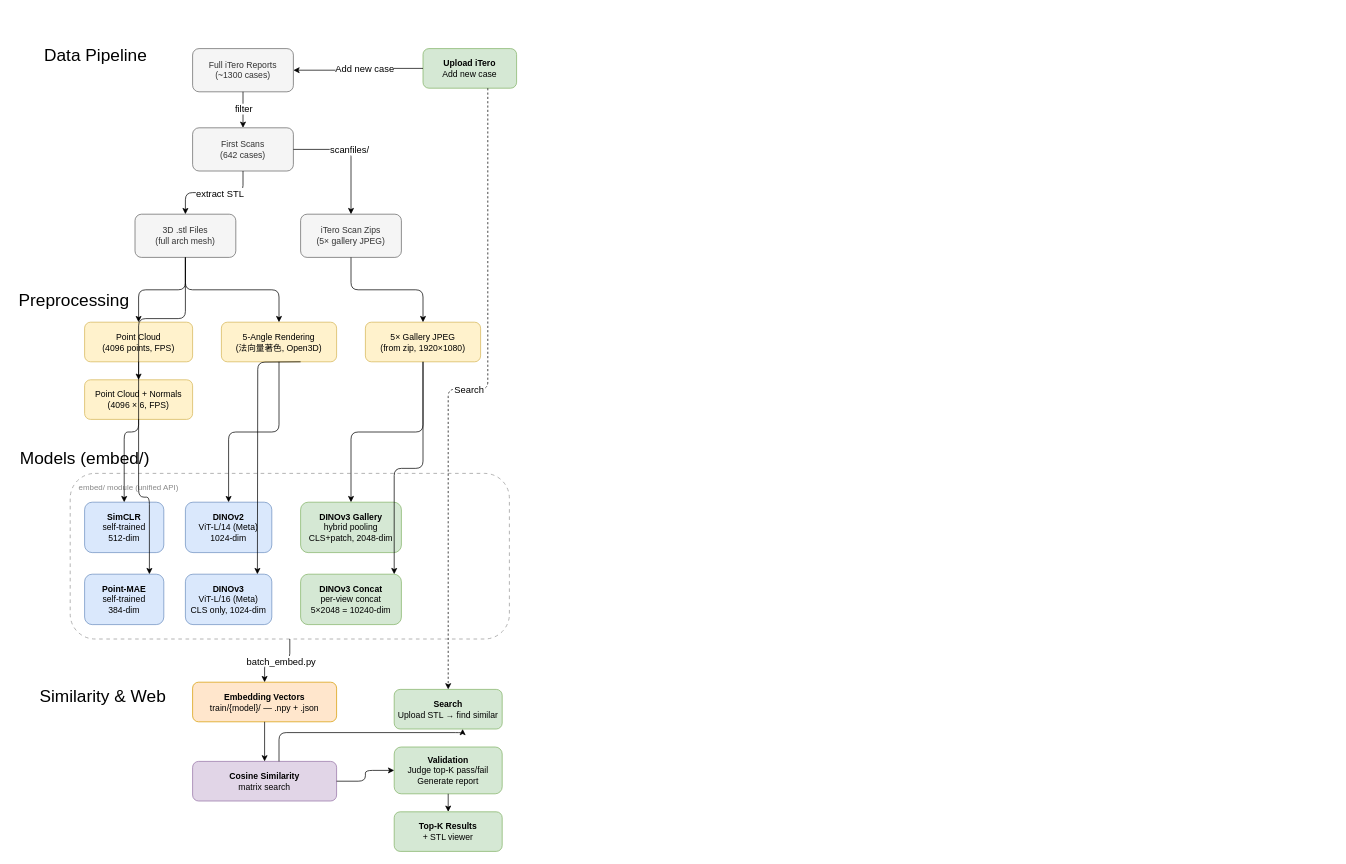
This is newArchitecture.dio from otaiwan1/ytp_oasis, a draw.io file, before an edit. Source tidied: cells renumbered, new cells numbered last; positions are measured from the earlier drawing's top-left corner, leaving out a move shared by most shapes. Both pictures are drawn from the tidied source at 72%, with x=0, y=0 at pixel (12, 41).
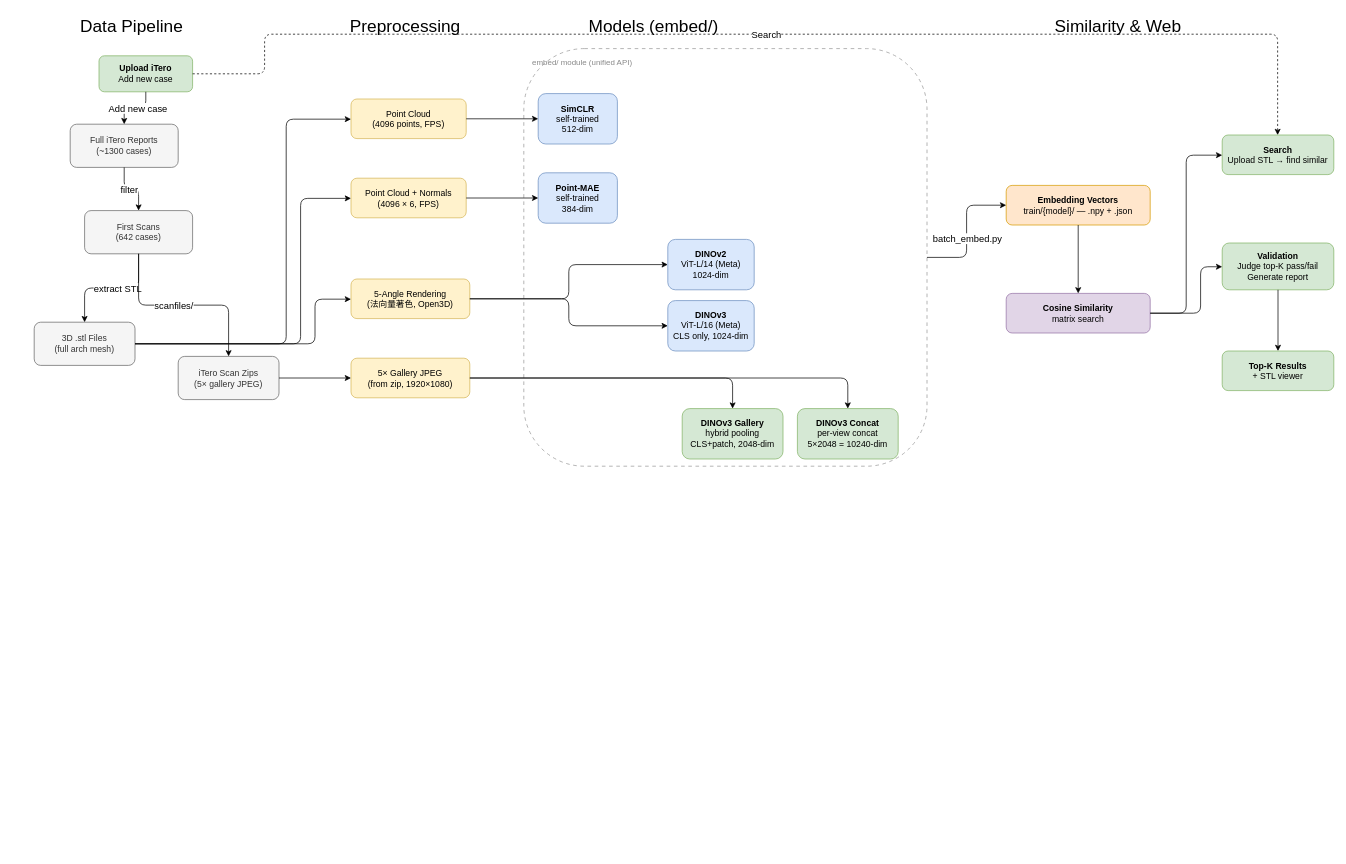
Above is the later version.

Change to the diagram source:
```diff
@@
     <mxCell id="2" value="&lt;font style=&quot;font-size: 24px;&quot;&gt;Data Pipeline&lt;/font&gt;" style="text;html=1;align=center;verticalAlign=middle;strokeColor=none;fillColor=none;" parent="1" vertex="1">
-      <mxGeometry x="30" width="170" height="40" as="geometry" />
+      <mxGeometry x="80" y="-40" width="170" height="40" as="geometry" />
     </mxCell>
     <mxCell id="3" value="&lt;font style=&quot;font-size: 24px;&quot;&gt;Preprocessing&lt;/font&gt;" style="text;html=1;align=center;verticalAlign=middle;strokeColor=none;fillColor=none;" parent="1" vertex="1">
-      <mxGeometry y="340" width="170" height="40" as="geometry" />
+      <mxGeometry x="460" y="-40" width="170" height="40" as="geometry" />
     </mxCell>
     <mxCell id="4" value="&lt;font style=&quot;font-size: 24px;&quot;&gt;Models (embed/)&lt;/font&gt;" style="text;html=1;align=center;verticalAlign=middle;strokeColor=none;fillColor=none;" parent="1" vertex="1">
-      <mxGeometry x="10" y="560" width="180" height="40" as="geometry" />
+      <mxGeometry x="800" y="-40" width="180" height="40" as="geometry" />
     </mxCell>
     <mxCell id="5" value="&lt;font style=&quot;font-size: 24px;&quot;&gt;Similarity &amp; Web&lt;/font&gt;" style="text;html=1;align=center;verticalAlign=middle;strokeColor=none;fillColor=none;" parent="1" vertex="1">
-      <mxGeometry x="30" y="890" width="190" height="40" as="geometry" />
+      <mxGeometry x="1440" y="-40" width="190" height="40" as="geometry" />
     </mxCell>
+    <mxCell id="49" value="&lt;b&gt;Upload iTero&lt;/b&gt;&lt;div&gt;Add new case&lt;/div&gt;" style="rounded=1;whiteSpace=wrap;html=1;fillColor=#d5e8d4;strokeColor=#82b366;" parent="1" vertex="1">
+      <mxGeometry x="120" y="20" width="130" height="50" as="geometry" />
+    </mxCell>
     <mxCell id="6" value="Full iTero Reports&lt;div&gt;(~1300 cases)&lt;/div&gt;" style="rounded=1;whiteSpace=wrap;html=1;fillColor=#f5f5f5;strokeColor=#666666;fontColor=#333333;" parent="1" vertex="1">
-      <mxGeometry x="250" y="10" width="140" height="60" as="geometry" />
+      <mxGeometry x="80" y="115" width="150" height="60" as="geometry" />
     </mxCell>
     <mxCell id="7" value="First Scans&lt;div&gt;(642 cases)&lt;/div&gt;" style="rounded=1;whiteSpace=wrap;html=1;fillColor=#f5f5f5;strokeColor=#666666;fontColor=#333333;" parent="1" vertex="1">
-      <mxGeometry x="250" y="120" width="140" height="60" as="geometry" />
+      <mxGeometry x="100" y="235" width="150" height="60" as="geometry" />
     </mxCell>
     <mxCell id="8" value="3D .stl Files&lt;div&gt;(full arch mesh)&lt;/div&gt;" style="rounded=1;whiteSpace=wrap;html=1;fillColor=#f5f5f5;strokeColor=#666666;fontColor=#333333;" parent="1" vertex="1">
-      <mxGeometry x="170" y="240" width="140" height="60" as="geometry" />
+      <mxGeometry x="30" y="390" width="140" height="60" as="geometry" />
     </mxCell>
     <mxCell id="9" value="iTero Scan Zips&lt;div&gt;(5× gallery JPEG)&lt;/div&gt;" style="rounded=1;whiteSpace=wrap;html=1;fillColor=#f5f5f5;strokeColor=#666666;fontColor=#333333;" parent="1" vertex="1">
-      <mxGeometry x="400" y="240" width="140" height="60" as="geometry" />
+      <mxGeometry x="230" y="437.5" width="140" height="60" as="geometry" />
     </mxCell>
+    <mxCell id="50" style="edgeStyle=orthogonalEdgeStyle;html=1;" parent="1" edge="1" source="49" target="6">
+      <mxGeometry relative="1" as="geometry" />
+    </mxCell>
+    <mxCell id="51" value="&lt;font style=&quot;font-size: 13px;&quot;&gt;Add new case&lt;/font&gt;" style="edgeLabel;html=1;align=center;verticalAlign=middle;" parent="50" vertex="1">
+      <mxGeometry x="-0.1" relative="1" as="geometry" />
+    </mxCell>
@@
     <mxCell id="16" value="Point Cloud&lt;div&gt;(4096 points, FPS)&lt;/div&gt;" style="rounded=1;whiteSpace=wrap;html=1;fillColor=#fff2cc;strokeColor=#d6b656;" parent="1" vertex="1">
-      <mxGeometry x="100" y="390" width="150" height="55" as="geometry" />
+      <mxGeometry x="470" y="80" width="160" height="55" as="geometry" />
     </mxCell>
     <mxCell id="17" value="Point Cloud + Normals&lt;div&gt;(4096 × 6, FPS)&lt;/div&gt;" style="rounded=1;whiteSpace=wrap;html=1;fillColor=#fff2cc;strokeColor=#d6b656;" parent="1" vertex="1">
-      <mxGeometry x="100" y="470" width="150" height="55" as="geometry" />
+      <mxGeometry x="470" y="190" width="160" height="55" as="geometry" />
     </mxCell>
     <mxCell id="18" value="5-Angle Rendering&lt;div&gt;(法向量著色, Open3D)&lt;/div&gt;" style="rounded=1;whiteSpace=wrap;html=1;fillColor=#fff2cc;strokeColor=#d6b656;" parent="1" vertex="1">
-      <mxGeometry x="290" y="390" width="160" height="55" as="geometry" />
+      <mxGeometry x="470" y="330" width="165" height="55" as="geometry" />
     </mxCell>
     <mxCell id="19" value="5× Gallery JPEG&lt;div&gt;(from zip, 1920×1080)&lt;/div&gt;" style="rounded=1;whiteSpace=wrap;html=1;fillColor=#fff2cc;strokeColor=#d6b656;" parent="1" vertex="1">
-      <mxGeometry x="490" y="390" width="160" height="55" as="geometry" />
+      <mxGeometry x="470" y="440" width="165" height="55" as="geometry" />
     </mxCell>
     <mxCell id="20" style="edgeStyle=orthogonalEdgeStyle;html=1;" parent="1" edge="1" source="8" target="16">
-      <mxGeometry relative="1" as="geometry" />
+      <mxGeometry relative="1" as="geometry">
+        <Array as="points">
+          <mxPoint x="380" y="420" />
+          <mxPoint x="380" y="108" />
+        </Array>
+      </mxGeometry>
     </mxCell>
     <mxCell id="21" style="edgeStyle=orthogonalEdgeStyle;html=1;" parent="1" edge="1" source="8" target="17">
-      <mxGeometry relative="1" as="geometry" />
+      <mxGeometry relative="1" as="geometry">
+        <Array as="points">
+          <mxPoint x="400" y="420" />
+          <mxPoint x="400" y="218" />
+        </Array>
+      </mxGeometry>
     </mxCell>
     <mxCell id="22" style="edgeStyle=orthogonalEdgeStyle;html=1;" parent="1" edge="1" source="8" target="18">
-      <mxGeometry relative="1" as="geometry" />
+      <mxGeometry relative="1" as="geometry">
+        <Array as="points">
+          <mxPoint x="420" y="420" />
+          <mxPoint x="420" y="358" />
+        </Array>
+      </mxGeometry>
     </mxCell>
@@
     <mxCell id="24" style="rounded=1;whiteSpace=wrap;html=1;fillColor=none;strokeColor=#999999;dashed=1;dashPattern=5 5;" parent="1" vertex="1">
-      <mxGeometry x="80" y="600" width="610" height="230" as="geometry" />
+      <mxGeometry x="710" y="10" width="560" height="580" as="geometry" />
     </mxCell>
     <mxCell id="25" value="&lt;font style=&quot;font-size: 11px; color:#888;&quot;&gt;embed/ module (unified API)&lt;/font&gt;" style="text;html=1;align=left;verticalAlign=top;strokeColor=none;fillColor=none;" parent="1" vertex="1">
-      <mxGeometry x="90" y="605" width="160" height="20" as="geometry" />
+      <mxGeometry x="720" y="15" width="170" height="20" as="geometry" />
     </mxCell>
     <mxCell id="26" value="&lt;b&gt;SimCLR&lt;/b&gt;&lt;div&gt;self-trained&lt;/div&gt;&lt;div&gt;512-dim&lt;/div&gt;" style="rounded=1;whiteSpace=wrap;html=1;fillColor=#dae8fc;strokeColor=#6c8ebf;" parent="1" vertex="1">
-      <mxGeometry x="100" y="640" width="110" height="70" as="geometry" />
+      <mxGeometry x="730" y="72.5" width="110" height="70" as="geometry" />
     </mxCell>
     <mxCell id="27" value="&lt;b&gt;Point-MAE&lt;/b&gt;&lt;div&gt;self-trained&lt;/div&gt;&lt;div&gt;384-dim&lt;/div&gt;" style="rounded=1;whiteSpace=wrap;html=1;fillColor=#dae8fc;strokeColor=#6c8ebf;" parent="1" vertex="1">
-      <mxGeometry x="100" y="740" width="110" height="70" as="geometry" />
+      <mxGeometry x="730" y="182.5" width="110" height="70" as="geometry" />
     </mxCell>
     <mxCell id="28" value="&lt;b&gt;DINOv2&lt;/b&gt;&lt;div&gt;ViT-L/14 (Meta)&lt;/div&gt;&lt;div&gt;1024-dim&lt;/div&gt;" style="rounded=1;whiteSpace=wrap;html=1;fillColor=#dae8fc;strokeColor=#6c8ebf;" parent="1" vertex="1">
-      <mxGeometry x="240" y="640" width="120" height="70" as="geometry" />
+      <mxGeometry x="910" y="275" width="120" height="70" as="geometry" />
     </mxCell>
     <mxCell id="29" value="&lt;b&gt;DINOv3&lt;/b&gt;&lt;div&gt;ViT-L/16 (Meta)&lt;/div&gt;&lt;div&gt;CLS only, 1024-dim&lt;/div&gt;" style="rounded=1;whiteSpace=wrap;html=1;fillColor=#dae8fc;strokeColor=#6c8ebf;" parent="1" vertex="1">
-      <mxGeometry x="240" y="740" width="120" height="70" as="geometry" />
+      <mxGeometry x="910" y="360" width="120" height="70" as="geometry" />
     </mxCell>
     <mxCell id="30" value="&lt;b&gt;DINOv3 Gallery&lt;/b&gt;&lt;div&gt;hybrid pooling&lt;/div&gt;&lt;div&gt;CLS+patch, 2048-dim&lt;/div&gt;" style="rounded=1;whiteSpace=wrap;html=1;fillColor=#d5e8d4;strokeColor=#82b366;" parent="1" vertex="1">
-      <mxGeometry x="400" y="640" width="140" height="70" as="geometry" />
+      <mxGeometry x="930" y="510" width="140" height="70" as="geometry" />
     </mxCell>
     <mxCell id="31" value="&lt;b&gt;DINOv3 Concat&lt;/b&gt;&lt;div&gt;per-view concat&lt;/div&gt;&lt;div&gt;5×2048 = 10240-dim&lt;/div&gt;" style="rounded=1;whiteSpace=wrap;html=1;fillColor=#d5e8d4;strokeColor=#82b366;" parent="1" vertex="1">
-      <mxGeometry x="400" y="740" width="140" height="70" as="geometry" />
+      <mxGeometry x="1090" y="510" width="140" height="70" as="geometry" />
     </mxCell>
@@
     <mxCell id="33" style="edgeStyle=orthogonalEdgeStyle;html=1;" parent="1" edge="1" source="17" target="27">
-      <mxGeometry relative="1" as="geometry">
-        <Array as="points">
-          <mxPoint x="175" y="633" />
-          <mxPoint x="190" y="633" />
-        </Array>
-      </mxGeometry>
+      <mxGeometry relative="1" as="geometry" />
     </mxCell>
@@
-    <mxCell id="35" style="edgeStyle=orthogonalEdgeStyle;html=1;" parent="1" edge="1">
-      <mxGeometry relative="1" as="geometry">
-        <mxPoint x="400" y="445" as="sourcePoint" />
-        <mxPoint x="340" y="740" as="targetPoint" />
-      </mxGeometry>
+    <mxCell id="35" style="edgeStyle=orthogonalEdgeStyle;html=1;" parent="1" edge="1" source="18" target="29">
+      <mxGeometry relative="1" as="geometry" />
     </mxCell>
@@
     <mxCell id="37" style="edgeStyle=orthogonalEdgeStyle;html=1;" parent="1" edge="1" source="19" target="31">
-      <mxGeometry relative="1" as="geometry">
-        <Array as="points">
-          <mxPoint x="570" y="593" />
-          <mxPoint x="530" y="593" />
-        </Array>
-      </mxGeometry>
+      <mxGeometry relative="1" as="geometry" />
     </mxCell>
     <mxCell id="38" value="&lt;b&gt;Embedding Vectors&lt;/b&gt;&lt;div&gt;train/{model}/ — .npy + .json&lt;/div&gt;" style="rounded=1;whiteSpace=wrap;html=1;fillColor=#ffe6cc;strokeColor=#d79b00;" parent="1" vertex="1">
-      <mxGeometry x="250" y="890" width="200" height="55" as="geometry" />
+      <mxGeometry x="1380" y="200" width="200" height="55" as="geometry" />
     </mxCell>
-    <mxCell id="39" style="edgeStyle=orthogonalEdgeStyle;html=1;" parent="1" edge="1" source="24" target="38">
-      <mxGeometry relative="1" as="geometry" />
-    </mxCell>
-    <mxCell id="40" value="&lt;font style=&quot;font-size: 13px;&quot;&gt;batch_embed.py&lt;/font&gt;" style="edgeLabel;html=1;align=center;verticalAlign=middle;" parent="39" vertex="1">
-      <mxGeometry x="-0.1" relative="1" as="geometry" />
-    </mxCell>
     <mxCell id="41" value="&lt;b&gt;Cosine Similarity&lt;/b&gt;&lt;div&gt;matrix search&lt;/div&gt;" style="rounded=1;whiteSpace=wrap;html=1;fillColor=#e1d5e7;strokeColor=#9673a6;" parent="1" vertex="1">
-      <mxGeometry x="250" y="1000" width="200" height="55" as="geometry" />
+      <mxGeometry x="1380" y="350" width="200" height="55" as="geometry" />
     </mxCell>
-    <mxCell id="42" style="edgeStyle=orthogonalEdgeStyle;html=1;" parent="1" edge="1" source="38" target="41">
-      <mxGeometry relative="1" as="geometry" />
-    </mxCell>
     <mxCell id="43" value="&lt;b&gt;Search&lt;/b&gt;&lt;div&gt;Upload STL → find similar&lt;/div&gt;" style="rounded=1;whiteSpace=wrap;html=1;fillColor=#d5e8d4;strokeColor=#82b366;" parent="1" vertex="1">
-      <mxGeometry x="530" y="900" width="150" height="55" as="geometry" />
+      <mxGeometry x="1680" y="130" width="155" height="55" as="geometry" />
     </mxCell>
     <mxCell id="44" value="&lt;b&gt;Validation&lt;/b&gt;&lt;div&gt;Judge top-K pass/fail&lt;/div&gt;&lt;div&gt;Generate report&lt;/div&gt;" style="rounded=1;whiteSpace=wrap;html=1;fillColor=#d5e8d4;strokeColor=#82b366;" parent="1" vertex="1">
-      <mxGeometry x="530" y="980" width="150" height="65" as="geometry" />
+      <mxGeometry x="1680" y="280" width="155" height="65" as="geometry" />
     </mxCell>
     <mxCell id="45" value="&lt;b&gt;Top-K Results&lt;/b&gt;&lt;div&gt;+ STL viewer&lt;/div&gt;" style="rounded=1;whiteSpace=wrap;html=1;fillColor=#d5e8d4;strokeColor=#82b366;" parent="1" vertex="1">
-      <mxGeometry x="530" y="1070" width="150" height="55" as="geometry" />
+      <mxGeometry x="1680" y="430" width="155" height="55" as="geometry" />
     </mxCell>
+    <mxCell id="39" style="edgeStyle=orthogonalEdgeStyle;html=1;" parent="1" edge="1" source="24" target="38">
+      <mxGeometry relative="1" as="geometry" />
+    </mxCell>
+    <mxCell id="40" value="&lt;font style=&quot;font-size: 13px;&quot;&gt;batch_embed.py&lt;/font&gt;" style="edgeLabel;html=1;align=center;verticalAlign=middle;" parent="39" vertex="1">
+      <mxGeometry x="-0.1" relative="1" as="geometry" />
+    </mxCell>
+    <mxCell id="42" style="edgeStyle=orthogonalEdgeStyle;html=1;" parent="1" edge="1" source="38" target="41">
+      <mxGeometry relative="1" as="geometry" />
+    </mxCell>
-    <mxCell id="46" style="edgeStyle=orthogonalEdgeStyle;html=1;" parent="1" edge="1">
+    <mxCell id="46" style="edgeStyle=orthogonalEdgeStyle;html=1;" parent="1" edge="1" source="41" target="43">
       <mxGeometry relative="1" as="geometry">
-        <mxPoint x="370" y="1000" as="sourcePoint" />
-        <mxPoint x="625" y="955" as="targetPoint" />
         <Array as="points">
-          <mxPoint x="370" y="960" />
-          <mxPoint x="625" y="960" />
+          <mxPoint x="1630" y="378" />
+          <mxPoint x="1630" y="158" />
         </Array>
       </mxGeometry>
     </mxCell>
     <mxCell id="47" style="edgeStyle=orthogonalEdgeStyle;html=1;" parent="1" edge="1" source="41" target="44">
-      <mxGeometry relative="1" as="geometry" />
+      <mxGeometry relative="1" as="geometry">
+        <Array as="points">
+          <mxPoint x="1650" y="378" />
+          <mxPoint x="1650" y="313" />
+        </Array>
+      </mxGeometry>
     </mxCell>
@@
-    <mxCell id="49" value="&lt;b&gt;Upload iTero&lt;/b&gt;&lt;div&gt;Add new case&lt;/div&gt;" style="rounded=1;whiteSpace=wrap;html=1;fillColor=#d5e8d4;strokeColor=#82b366;" parent="1" vertex="1">
-      <mxGeometry x="570" y="10" width="130" height="55" as="geometry" />
-    </mxCell>
-    <mxCell id="50" style="edgeStyle=orthogonalEdgeStyle;html=1;" parent="1" edge="1" source="49" target="6">
-      <mxGeometry relative="1" as="geometry" />
-    </mxCell>
-    <mxCell id="51" value="&lt;font style=&quot;font-size: 13px;&quot;&gt;Add new case&lt;/font&gt;" style="edgeLabel;html=1;align=center;verticalAlign=middle;" parent="50" vertex="1">
-      <mxGeometry x="-0.1" relative="1" as="geometry" />
-    </mxCell>
     <mxCell id="52" style="edgeStyle=orthogonalEdgeStyle;html=1;dashed=1;" parent="1" edge="1" source="49" target="43">
       <mxGeometry relative="1" as="geometry">
         <Array as="points">
-          <mxPoint x="660" y="483" />
-          <mxPoint x="605" y="483" />
+          <mxPoint x="350" y="-10" />
+          <mxPoint x="1757" y="-10" />
         </Array>
       </mxGeometry>
     </mxCell>
```
